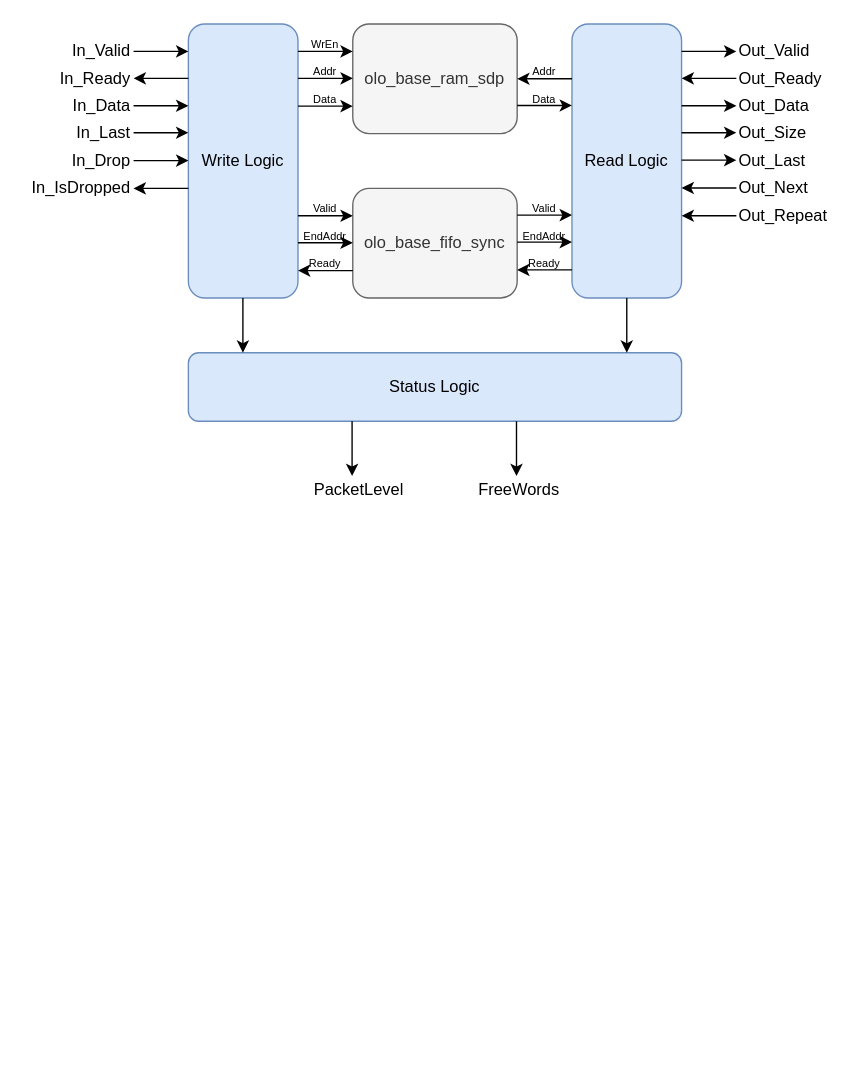
Above: page "olo_base_fifo_packet" (2 of 2) of doc/base/fifo/fifo.drawio in open-logic/open-logic (draw.io), before the change. Source tidied: cells renumbered, new cells numbered last; positions are measured from the earlier drawing's top-left corner, leaving out a move shared by most shapes. Both pictures are drawn from the tidied source at 137%, with x=0, y=0 at pixel (23, 23).
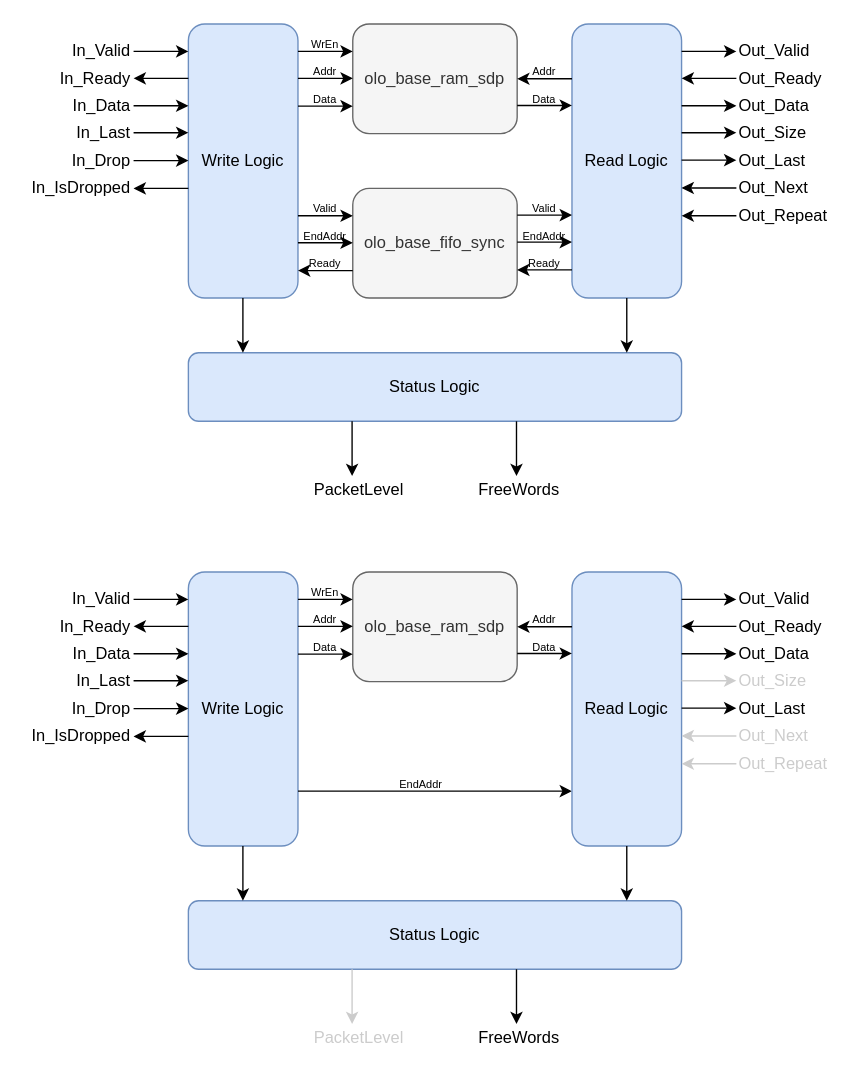
The same page after the edit.

Commit message (it also covers changes not shown here):
FEATURE: Add DROP_ONLY mode to olo_base_fifo_packet

Change to the diagram source:
```diff
@@
+    <mxCell id="61" value="olo_base_ram_sdp" style="rounded=1;whiteSpace=wrap;html=1;fillColor=#f5f5f5;strokeColor=#666666;fontColor=#333333;" parent="1" vertex="1">
+      <mxGeometry x="240" y="400" width="120" height="80" as="geometry" />
+    </mxCell>
+    <mxCell id="62" value="Write Logic" style="rounded=1;whiteSpace=wrap;html=1;fillColor=#dae8fc;strokeColor=#6c8ebf;fontColor=#000000;" parent="1" vertex="1">
+      <mxGeometry x="120" y="400" width="80" height="200" as="geometry" />
+    </mxCell>
+    <mxCell id="63" style="endArrow=classic;html=1;rounded=0;" parent="1" edge="1">
+      <mxGeometry relative="1" as="geometry">
+        <mxPoint x="200" y="420" as="sourcePoint" />
+        <mxPoint x="240" y="420" as="targetPoint" />
+      </mxGeometry>
+    </mxCell>
+    <mxCell id="64" style="endArrow=classic;html=1;rounded=0;" parent="1" edge="1">
+      <mxGeometry relative="1" as="geometry">
+        <mxPoint x="200" y="439.7" as="sourcePoint" />
+        <mxPoint x="240" y="439.7" as="targetPoint" />
+      </mxGeometry>
+    </mxCell>
+    <mxCell id="65" style="endArrow=classic;html=1;rounded=0;" parent="1" edge="1">
+      <mxGeometry relative="1" as="geometry">
+        <mxPoint x="200" y="460" as="sourcePoint" />
+        <mxPoint x="240" y="460" as="targetPoint" />
+      </mxGeometry>
+    </mxCell>
+    <mxCell id="66" style="endArrow=classic;html=1;rounded=0;" parent="1" edge="1">
+      <mxGeometry relative="1" as="geometry">
+        <mxPoint x="200" y="560" as="sourcePoint" />
+        <mxPoint x="400" y="560" as="targetPoint" />
+      </mxGeometry>
+    </mxCell>
+    <mxCell id="67" style="endArrow=classic;html=1;rounded=0;" parent="1" edge="1">
+      <mxGeometry relative="1" as="geometry">
+        <mxPoint x="80" y="420" as="sourcePoint" />
+        <mxPoint x="120" y="420" as="targetPoint" />
+      </mxGeometry>
+    </mxCell>
+    <mxCell id="68" style="endArrow=none;html=1;rounded=0;startArrow=classic;startFill=1;endFill=0;" parent="1" edge="1">
+      <mxGeometry relative="1" as="geometry">
+        <mxPoint x="80" y="439.7" as="sourcePoint" />
+        <mxPoint x="120" y="439.7" as="targetPoint" />
+      </mxGeometry>
+    </mxCell>
+    <mxCell id="69" style="endArrow=classic;html=1;rounded=0;" parent="1" edge="1">
+      <mxGeometry relative="1" as="geometry">
+        <mxPoint x="80" y="459.7" as="sourcePoint" />
+        <mxPoint x="120" y="459.7" as="targetPoint" />
+      </mxGeometry>
+    </mxCell>
+    <mxCell id="70" style="endArrow=classic;html=1;rounded=0;" parent="1" edge="1">
+      <mxGeometry relative="1" as="geometry">
+        <mxPoint x="80" y="479.4" as="sourcePoint" />
+        <mxPoint x="120" y="479.4" as="targetPoint" />
+      </mxGeometry>
+    </mxCell>
+    <mxCell id="71" style="endArrow=classic;html=1;rounded=0;" parent="1" edge="1">
+      <mxGeometry relative="1" as="geometry">
+        <mxPoint x="80" y="499.7" as="sourcePoint" />
+        <mxPoint x="120" y="499.7" as="targetPoint" />
+      </mxGeometry>
+    </mxCell>
+    <mxCell id="72" style="endArrow=none;html=1;rounded=0;startArrow=classic;startFill=1;endFill=0;" parent="1" edge="1">
+      <mxGeometry relative="1" as="geometry">
+        <mxPoint x="80" y="520" as="sourcePoint" />
+        <mxPoint x="120" y="520" as="targetPoint" />
+      </mxGeometry>
+    </mxCell>
+    <mxCell id="73" value="In_Valid" style="text;html=1;align=right;verticalAlign=middle;whiteSpace=wrap;rounded=0;" parent="1" vertex="1">
+      <mxGeometry x="20" y="410" width="60" height="20" as="geometry" />
+    </mxCell>
+    <mxCell id="74" value="In_Data" style="text;html=1;align=right;verticalAlign=middle;whiteSpace=wrap;rounded=0;" parent="1" vertex="1">
+      <mxGeometry x="20" y="450" width="60" height="20" as="geometry" />
+    </mxCell>
+    <mxCell id="75" value="In_Ready" style="text;html=1;align=right;verticalAlign=middle;whiteSpace=wrap;rounded=0;" parent="1" vertex="1">
+      <mxGeometry x="20" y="430" width="60" height="20" as="geometry" />
+    </mxCell>
+    <mxCell id="76" value="In_Last" style="text;html=1;align=right;verticalAlign=middle;whiteSpace=wrap;rounded=0;" parent="1" vertex="1">
+      <mxGeometry x="20" y="470" width="60" height="20" as="geometry" />
+    </mxCell>
+    <mxCell id="77" value="In_Drop" style="text;html=1;align=right;verticalAlign=middle;whiteSpace=wrap;rounded=0;" parent="1" vertex="1">
+      <mxGeometry x="20" y="490" width="60" height="20" as="geometry" />
+    </mxCell>
+    <mxCell id="78" value="In_IsDropped" style="text;html=1;align=right;verticalAlign=middle;whiteSpace=wrap;rounded=0;" parent="1" vertex="1">
+      <mxGeometry y="510" width="80" height="20" as="geometry" />
+    </mxCell>
+    <mxCell id="79" value="Status Logic" style="rounded=1;whiteSpace=wrap;html=1;fillColor=#dae8fc;strokeColor=#6c8ebf;fontColor=#000000;" parent="1" vertex="1">
+      <mxGeometry x="120" y="640" width="360" height="50" as="geometry" />
+    </mxCell>
+    <mxCell id="80" value="Read Logic" style="rounded=1;whiteSpace=wrap;html=1;fillColor=#dae8fc;strokeColor=#6c8ebf;fontColor=#000000;" parent="1" vertex="1">
+      <mxGeometry x="400" y="400" width="80" height="200" as="geometry" />
+    </mxCell>
+    <mxCell id="81" value="WrEn" style="text;html=1;align=center;verticalAlign=middle;whiteSpace=wrap;rounded=0;fontSize=8;" parent="1" vertex="1">
+      <mxGeometry x="190" y="410" width="60" height="10" as="geometry" />
+    </mxCell>
+    <mxCell id="82" value="Addr" style="text;html=1;align=center;verticalAlign=middle;whiteSpace=wrap;rounded=0;fontSize=8;" parent="1" vertex="1">
+      <mxGeometry x="190" y="430" width="60" height="10" as="geometry" />
+    </mxCell>
+    <mxCell id="83" value="Data" style="text;html=1;align=center;verticalAlign=middle;whiteSpace=wrap;rounded=0;fontSize=8;" parent="1" vertex="1">
+      <mxGeometry x="190" y="450" width="60" height="10" as="geometry" />
+    </mxCell>
+    <mxCell id="84" value="EndAddr" style="text;html=1;align=center;verticalAlign=middle;whiteSpace=wrap;rounded=0;fontSize=8;" parent="1" vertex="1">
+      <mxGeometry x="260" y="550" width="60" height="10" as="geometry" />
+    </mxCell>
+    <mxCell id="85" style="endArrow=none;html=1;rounded=0;startArrow=classic;startFill=1;endFill=0;" parent="1" edge="1">
+      <mxGeometry relative="1" as="geometry">
+        <mxPoint x="360" y="440" as="sourcePoint" />
+        <mxPoint x="400" y="440" as="targetPoint" />
+      </mxGeometry>
+    </mxCell>
+    <mxCell id="86" style="endArrow=classic;html=1;rounded=0;" parent="1" edge="1">
+      <mxGeometry relative="1" as="geometry">
+        <mxPoint x="360" y="459.5" as="sourcePoint" />
+        <mxPoint x="400" y="459.5" as="targetPoint" />
+      </mxGeometry>
+    </mxCell>
+    <mxCell id="87" value="Data" style="text;html=1;align=center;verticalAlign=middle;whiteSpace=wrap;rounded=0;fontSize=8;" parent="1" vertex="1">
+      <mxGeometry x="350" y="449.5" width="60" height="10" as="geometry" />
+    </mxCell>
+    <mxCell id="88" value="Addr" style="text;html=1;align=center;verticalAlign=middle;whiteSpace=wrap;rounded=0;fontSize=8;" parent="1" vertex="1">
+      <mxGeometry x="350" y="430" width="60" height="10" as="geometry" />
+    </mxCell>
+    <mxCell id="89" style="endArrow=classic;html=1;rounded=0;" parent="1" edge="1">
+      <mxGeometry relative="1" as="geometry">
+        <mxPoint x="480" y="420" as="sourcePoint" />
+        <mxPoint x="520" y="420" as="targetPoint" />
+      </mxGeometry>
+    </mxCell>
+    <mxCell id="90" style="endArrow=none;html=1;rounded=0;startArrow=classic;startFill=1;endFill=0;" parent="1" edge="1">
+      <mxGeometry relative="1" as="geometry">
+        <mxPoint x="480" y="439.7" as="sourcePoint" />
+        <mxPoint x="520" y="439.7" as="targetPoint" />
+      </mxGeometry>
+    </mxCell>
+    <mxCell id="91" style="endArrow=classic;html=1;rounded=0;" parent="1" edge="1">
+      <mxGeometry relative="1" as="geometry">
+        <mxPoint x="480" y="459.7" as="sourcePoint" />
+        <mxPoint x="520" y="459.7" as="targetPoint" />
+      </mxGeometry>
+    </mxCell>
+    <mxCell id="92" style="endArrow=classic;html=1;rounded=0;" parent="1" edge="1">
+      <mxGeometry relative="1" as="geometry">
+        <mxPoint x="480" y="499.4" as="sourcePoint" />
+        <mxPoint x="520" y="499.4" as="targetPoint" />
+      </mxGeometry>
+    </mxCell>
+    <mxCell id="93" style="endArrow=none;html=1;rounded=0;startArrow=classic;startFill=1;endFill=0;strokeColor=#CCCCCC;" parent="1" edge="1">
+      <mxGeometry relative="1" as="geometry">
+        <mxPoint x="480" y="519.7" as="sourcePoint" />
+        <mxPoint x="520" y="519.7" as="targetPoint" />
+      </mxGeometry>
+    </mxCell>
+    <mxCell id="94" style="endArrow=none;html=1;rounded=0;startArrow=classic;startFill=1;endFill=0;fontColor=#CCCCCC;strokeColor=#CCCCCC;" parent="1" edge="1">
+      <mxGeometry relative="1" as="geometry">
+        <mxPoint x="480" y="540" as="sourcePoint" />
+        <mxPoint x="520" y="540" as="targetPoint" />
+      </mxGeometry>
+    </mxCell>
+    <mxCell id="95" value="Out_Valid" style="text;html=1;align=left;verticalAlign=middle;whiteSpace=wrap;rounded=0;" parent="1" vertex="1">
+      <mxGeometry x="520" y="410" width="60" height="20" as="geometry" />
+    </mxCell>
+    <mxCell id="96" value="Out_Last" style="text;html=1;align=left;verticalAlign=middle;whiteSpace=wrap;rounded=0;" parent="1" vertex="1">
+      <mxGeometry x="520" y="490" width="60" height="20" as="geometry" />
+    </mxCell>
+    <mxCell id="97" value="Out_Ready" style="text;html=1;align=left;verticalAlign=middle;whiteSpace=wrap;rounded=0;" parent="1" vertex="1">
+      <mxGeometry x="520" y="430" width="60" height="20" as="geometry" />
+    </mxCell>
+    <mxCell id="98" value="Out_Data" style="text;html=1;align=left;verticalAlign=middle;whiteSpace=wrap;rounded=0;" parent="1" vertex="1">
+      <mxGeometry x="520" y="450" width="60" height="20" as="geometry" />
+    </mxCell>
+    <mxCell id="99" value="Out_Next" style="text;html=1;align=left;verticalAlign=middle;whiteSpace=wrap;rounded=0;fontColor=#CCCCCC;" parent="1" vertex="1">
+      <mxGeometry x="520" y="510" width="60" height="20" as="geometry" />
+    </mxCell>
+    <mxCell id="100" value="Out_Repeat" style="text;html=1;align=left;verticalAlign=middle;whiteSpace=wrap;rounded=0;fontColor=#CCCCCC;" parent="1" vertex="1">
+      <mxGeometry x="520" y="530" width="60" height="20" as="geometry" />
+    </mxCell>
+    <mxCell id="101" style="endArrow=classic;html=1;rounded=0;strokeColor=#CCCCCC;" parent="1" edge="1">
+      <mxGeometry relative="1" as="geometry">
+        <mxPoint x="480" y="479.4" as="sourcePoint" />
+        <mxPoint x="520" y="479.4" as="targetPoint" />
+      </mxGeometry>
+    </mxCell>
+    <mxCell id="102" value="Out_Size" style="text;html=1;align=left;verticalAlign=middle;whiteSpace=wrap;rounded=0;fontColor=#CCCCCC;" parent="1" vertex="1">
+      <mxGeometry x="520" y="470" width="60" height="20" as="geometry" />
+    </mxCell>
+    <mxCell id="103" style="endArrow=none;html=1;rounded=0;startArrow=classic;startFill=1;endFill=0;entryX=0.5;entryY=1;entryDx=0;entryDy=0;" parent="1" edge="1" target="80">
+      <mxGeometry relative="1" as="geometry">
+        <mxPoint x="440" y="640" as="sourcePoint" />
+      </mxGeometry>
+    </mxCell>
+    <mxCell id="104" style="endArrow=none;html=1;rounded=0;startArrow=classic;startFill=1;endFill=0;entryX=0.5;entryY=1;entryDx=0;entryDy=0;" parent="1" edge="1">
+      <mxGeometry relative="1" as="geometry">
+        <mxPoint x="159.8" y="640" as="sourcePoint" />
+        <mxPoint x="159.8" y="600" as="targetPoint" />
+      </mxGeometry>
+    </mxCell>
+    <mxCell id="105" style="endArrow=none;html=1;rounded=0;startArrow=classic;startFill=1;endFill=0;entryX=0.5;entryY=1;entryDx=0;entryDy=0;" parent="1" edge="1">
+      <mxGeometry relative="1" as="geometry">
+        <mxPoint x="359.5" y="730" as="sourcePoint" />
+        <mxPoint x="359.5" y="690" as="targetPoint" />
+      </mxGeometry>
+    </mxCell>
+    <mxCell id="106" style="endArrow=none;html=1;rounded=0;startArrow=classic;startFill=1;endFill=0;entryX=0.5;entryY=1;entryDx=0;entryDy=0;strokeColor=#CCCCCC;" parent="1" edge="1">
+      <mxGeometry relative="1" as="geometry">
+        <mxPoint x="239.5" y="730" as="sourcePoint" />
+        <mxPoint x="239.5" y="690" as="targetPoint" />
+      </mxGeometry>
+    </mxCell>
+    <mxCell id="107" value="PacketLevel" style="text;html=1;align=left;verticalAlign=middle;whiteSpace=wrap;rounded=0;fontColor=#CCCCCC;" parent="1" vertex="1">
+      <mxGeometry x="210" y="730" width="60" height="20" as="geometry" />
+    </mxCell>
+    <mxCell id="108" value="FreeWords" style="text;html=1;align=left;verticalAlign=middle;whiteSpace=wrap;rounded=0;" parent="1" vertex="1">
+      <mxGeometry x="330" y="730" width="60" height="20" as="geometry" />
+    </mxCell>
```
